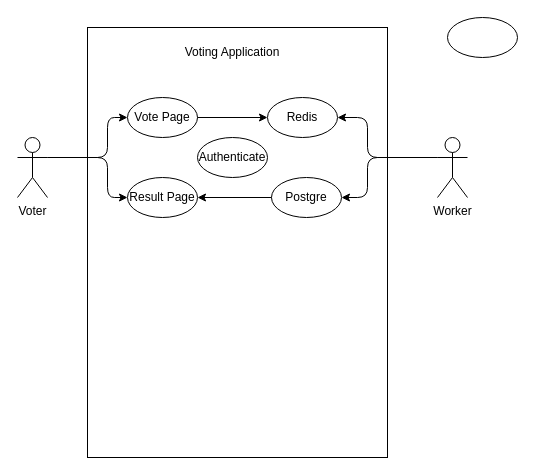
saaryan-299/major-project-2 keeps this draw.io diagram as docs/use-case.drawio. Above is the earlier version. Source tidied: cells renumbered, new cells numbered last; positions are measured from the earlier drawing's top-left corner, leaving out a move shared by most shapes. Both pictures are drawn from the tidied source at 100%, with x=0, y=0 at pixel (17, 17).
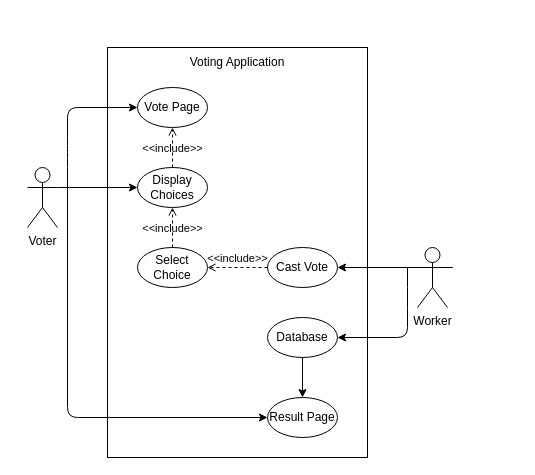
Above is the later version.

Diff of the diagram source:
```diff
@@
+    <mxCell id="18" style="endArrow=classic;html=1;exitX=0.5;exitY=0;exitDx=0;exitDy=0;entryX=0.5;entryY=1;entryDx=0;entryDy=0;" parent="1" edge="1" source="8" target="22">
+      <mxGeometry relative="1" as="geometry" />
+    </mxCell>
     <mxCell id="2" style="rounded=0;whiteSpace=wrap;html=1;" parent="1" vertex="1">
-      <mxGeometry x="70" y="10" width="300" height="430" as="geometry" />
+      <mxGeometry x="90" y="30" width="260" height="410" as="geometry" />
     </mxCell>
     <mxCell id="3" value="Voter" style="shape=umlActor;verticalLabelPosition=bottom;verticalAlign=top;html=1;outlineConnect=0;" parent="1" vertex="1">
-      <mxGeometry y="120" width="30" height="60" as="geometry" />
+      <mxGeometry x="10" y="150" width="30" height="60" as="geometry" />
     </mxCell>
-    <mxCell id="4" value="Worker" style="shape=umlActor;verticalLabelPosition=bottom;verticalAlign=top;html=1;outlineConnect=0;" parent="1" vertex="1">
-      <mxGeometry x="420" y="120" width="30" height="60" as="geometry" />
+    <mxCell id="4" value="&lt;div&gt;Worker&lt;/div&gt;" style="shape=umlActor;verticalLabelPosition=bottom;verticalAlign=top;html=1;outlineConnect=0;" parent="1" vertex="1">
+      <mxGeometry x="400" y="230" width="30" height="60" as="geometry" />
     </mxCell>
-    <mxCell id="5" style="ellipse;whiteSpace=wrap;html=1;" parent="1" vertex="1">
-      <mxGeometry x="430" width="70" height="40" as="geometry" />
-    </mxCell>
-    <mxCell id="6" value="Postgre" style="ellipse;whiteSpace=wrap;html=1;" parent="1" vertex="1">
-      <mxGeometry x="254" y="160" width="70" height="40" as="geometry" />
-    </mxCell>
-    <mxCell id="7" value="Redis" style="ellipse;whiteSpace=wrap;html=1;" parent="1" vertex="1">
-      <mxGeometry x="250" y="80" width="70" height="40" as="geometry" />
-    </mxCell>
     <mxCell id="8" value="Result Page" style="ellipse;whiteSpace=wrap;html=1;" parent="1" vertex="1">
-      <mxGeometry x="110" y="160" width="70" height="40" as="geometry" />
+      <mxGeometry x="250" y="380" width="70" height="40" as="geometry" />
     </mxCell>
     <mxCell id="9" value="Vote Page" style="ellipse;whiteSpace=wrap;html=1;" parent="1" vertex="1">
-      <mxGeometry x="110" y="80" width="70" height="40" as="geometry" />
+      <mxGeometry x="120" y="70" width="70" height="40" as="geometry" />
     </mxCell>
-    <mxCell id="10" style="endArrow=classic;html=1;exitX=1;exitY=0.3333333333333333;exitDx=0;exitDy=0;exitPerimeter=0;entryX=0;entryY=0.5;entryDx=0;entryDy=0;" parent="1" edge="1" source="3" target="9">
-      <mxGeometry relative="1" as="geometry">
-        <Array as="points">
-          <mxPoint x="90" y="140" />
-          <mxPoint x="90" y="100" />
-        </Array>
-      </mxGeometry>
-    </mxCell>
-    <mxCell id="11" style="endArrow=classic;html=1;exitX=1;exitY=0.3333333333333333;exitDx=0;exitDy=0;exitPerimeter=0;entryX=0;entryY=0.5;entryDx=0;entryDy=0;" parent="1" edge="1" source="3" target="8">
-      <mxGeometry relative="1" as="geometry">
-        <Array as="points">
-          <mxPoint x="90" y="140" />
-          <mxPoint x="90" y="180" />
-        </Array>
-      </mxGeometry>
-    </mxCell>
-    <mxCell id="12" style="endArrow=classic;html=1;exitX=1;exitY=0.5;exitDx=0;exitDy=0;entryX=0;entryY=0.5;entryDx=0;entryDy=0;" parent="1" edge="1" source="9" target="7">
-      <mxGeometry relative="1" as="geometry" />
-    </mxCell>
-    <mxCell id="13" style="endArrow=classic;html=1;exitX=0;exitY=0.3333333333333333;exitDx=0;exitDy=0;exitPerimeter=0;entryX=1;entryY=0.5;entryDx=0;entryDy=0;" parent="1" edge="1" source="4" target="7">
-      <mxGeometry relative="1" as="geometry">
-        <Array as="points">
-          <mxPoint x="350" y="140" />
-          <mxPoint x="350" y="100" />
-        </Array>
-      </mxGeometry>
-    </mxCell>
-    <mxCell id="14" style="endArrow=classic;html=1;exitX=0;exitY=0.5;exitDx=0;exitDy=0;entryX=1;entryY=0.5;entryDx=0;entryDy=0;" parent="1" edge="1" source="6" target="8">
-      <mxGeometry relative="1" as="geometry" />
-    </mxCell>
-    <mxCell id="15" style="endArrow=classic;html=1;exitX=0;exitY=0.3333333333333333;exitDx=0;exitDy=0;exitPerimeter=0;entryX=1;entryY=0.5;entryDx=0;entryDy=0;" parent="1" edge="1" source="4" target="6">
-      <mxGeometry relative="1" as="geometry">
-        <Array as="points">
-          <mxPoint x="350" y="140" />
-          <mxPoint x="350" y="180" />
-        </Array>
-      </mxGeometry>
-    </mxCell>
     <mxCell id="16" value="Voting Application" style="text;html=1;strokeColor=none;fillColor=none;align=center;verticalAlign=middle;whiteSpace=wrap;rounded=0;" parent="1" vertex="1">
-      <mxGeometry x="160" y="20" width="110" height="30" as="geometry" />
+      <mxGeometry x="165" y="30" width="110" height="30" as="geometry" />
     </mxCell>
-    <mxCell id="17" value="Authenticate" style="ellipse;whiteSpace=wrap;html=1;" parent="1" vertex="1">
-      <mxGeometry x="180" y="120" width="70" height="40" as="geometry" />
-    </mxCell>
+    <mxCell id="19" value="&lt;div&gt;Display Choices&lt;/div&gt;" style="ellipse;whiteSpace=wrap;html=1;" parent="1" vertex="1">
+      <mxGeometry x="120" y="150" width="70" height="40" as="geometry" />
+    </mxCell>
+    <mxCell id="20" value="&amp;lt;&amp;lt;include&amp;gt;&amp;gt;" style="edgeStyle=none;html=1;endArrow=open;verticalAlign=bottom;dashed=1;labelBackgroundColor=none;rounded=0;entryX=0.5;entryY=1;entryDx=0;entryDy=0;exitX=0.5;exitY=0;exitDx=0;exitDy=0;" parent="1" edge="1" source="19" target="9">
+      <mxGeometry x="-0.5" relative="1" as="geometry" />
+    </mxCell>
+    <mxCell id="21" value="&lt;div&gt;Cast Vote&lt;/div&gt;" style="ellipse;whiteSpace=wrap;html=1;" parent="1" vertex="1">
+      <mxGeometry x="250" y="230" width="70" height="40" as="geometry" />
+    </mxCell>
+    <mxCell id="22" value="&lt;div&gt;Database&lt;/div&gt;" style="ellipse;whiteSpace=wrap;html=1;" parent="1" vertex="1">
+      <mxGeometry x="250" y="300" width="70" height="40" as="geometry" />
+    </mxCell>
+    <mxCell id="23" style="endArrow=classic;html=1;" parent="1" edge="1" source="2">
+      <mxGeometry relative="1" as="geometry">
+        <mxPoint x="350" y="250" as="targetPoint" />
+      </mxGeometry>
+    </mxCell>
+    <mxCell id="24" style="endArrow=classic;html=1;entryX=1;entryY=0.5;entryDx=0;entryDy=0;exitX=0;exitY=0.3333333333333333;exitDx=0;exitDy=0;exitPerimeter=0;" parent="1" edge="1" source="4" target="21">
+      <mxGeometry relative="1" as="geometry">
+        <Array as="points">
+          <mxPoint x="440" y="250" />
+        </Array>
+      </mxGeometry>
+    </mxCell>
+    <mxCell id="25" style="endArrow=classic;html=1;" parent="1" edge="1">
+      <mxGeometry relative="1" as="geometry">
+        <mxPoint x="390" y="250" as="sourcePoint" />
+        <mxPoint x="320" y="320" as="targetPoint" />
+        <Array as="points">
+          <mxPoint x="390" y="280" />
+          <mxPoint x="390" y="320" />
+        </Array>
+      </mxGeometry>
+    </mxCell>
+    <mxCell id="26" style="endArrow=classic;html=1;entryX=0;entryY=0.5;entryDx=0;entryDy=0;" parent="1" edge="1" target="9">
+      <mxGeometry relative="1" as="geometry">
+        <mxPoint x="50" y="170" as="sourcePoint" />
+        <Array as="points">
+          <mxPoint x="50" y="170" />
+          <mxPoint x="50" y="140" />
+          <mxPoint x="50" y="130" />
+          <mxPoint x="50" y="90" />
+        </Array>
+      </mxGeometry>
+    </mxCell>
+    <mxCell id="27" style="endArrow=classic;html=1;entryX=0;entryY=0.5;entryDx=0;entryDy=0;" parent="1" edge="1" target="19">
+      <mxGeometry relative="1" as="geometry">
+        <mxPoint x="50" y="170" as="sourcePoint" />
+      </mxGeometry>
+    </mxCell>
+    <mxCell id="28" style="endArrow=classic;html=1;entryX=0;entryY=0.5;entryDx=0;entryDy=0;" parent="1" edge="1" target="8">
+      <mxGeometry relative="1" as="geometry">
+        <mxPoint x="50" y="170" as="sourcePoint" />
+        <Array as="points">
+          <mxPoint x="50" y="170" />
+          <mxPoint x="50" y="400" />
+        </Array>
+      </mxGeometry>
+    </mxCell>
+    <mxCell id="29" style="endArrow=classic;html=1;exitX=0.5;exitY=1;exitDx=0;exitDy=0;entryX=0.5;entryY=0;entryDx=0;entryDy=0;" parent="1" edge="1" source="22" target="8">
+      <mxGeometry relative="1" as="geometry" />
+    </mxCell>
+    <mxCell id="30" value="&lt;div&gt;Select Choice&lt;/div&gt;" style="ellipse;whiteSpace=wrap;html=1;" parent="1" vertex="1">
+      <mxGeometry x="120" y="230" width="70" height="40" as="geometry" />
+    </mxCell>
+    <mxCell id="31" value="&amp;lt;&amp;lt;include&amp;gt;&amp;gt;" style="edgeStyle=none;html=1;endArrow=open;verticalAlign=bottom;dashed=1;labelBackgroundColor=none;rounded=0;entryX=0.5;entryY=1;entryDx=0;entryDy=0;" parent="1" edge="1" source="30" target="19">
+      <mxGeometry x="-0.5" relative="1" as="geometry" />
+    </mxCell>
+    <mxCell id="32" value="&amp;lt;&amp;lt;include&amp;gt;&amp;gt;" style="edgeStyle=none;html=1;endArrow=open;verticalAlign=bottom;dashed=1;labelBackgroundColor=none;rounded=0;exitX=0;exitY=0.5;exitDx=0;exitDy=0;entryX=1;entryY=0.5;entryDx=0;entryDy=0;" parent="1" edge="1" source="21" target="30">
+      <mxGeometry relative="1" as="geometry" />
+    </mxCell>
+    <mxCell id="33" style="endArrow=none;html=1;exitX=1;exitY=0.3333333333333333;exitDx=0;exitDy=0;exitPerimeter=0;" parent="1" edge="1" source="3">
+      <mxGeometry relative="1" as="geometry">
+        <mxPoint x="50" y="170" as="targetPoint" />
+      </mxGeometry>
+    </mxCell>
```
